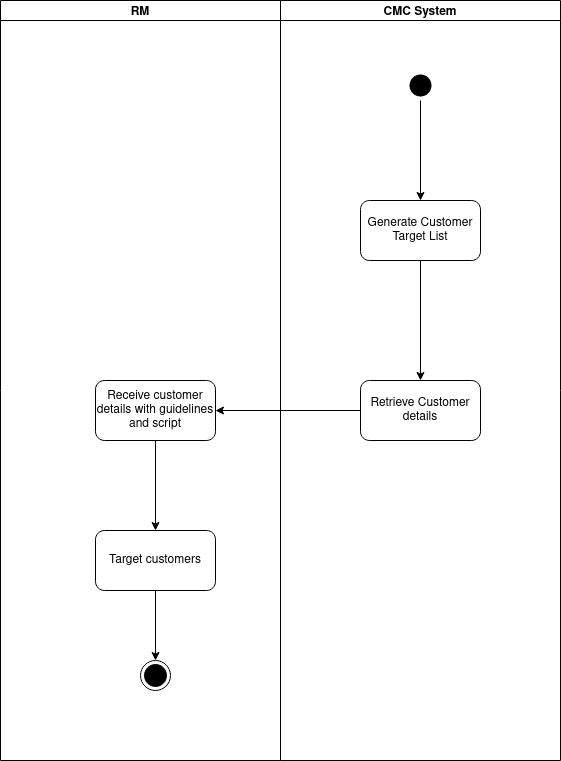
tonyhannaa/ISDMGroup2Israt keeps this draw.io diagram as models/target_customers_activity_diagram.png. Above is the earlier version. Source tidied: cells renumbered, new cells last; positions are measured from the earlier drawing's top-left corner, leaving out a move shared by most shapes.
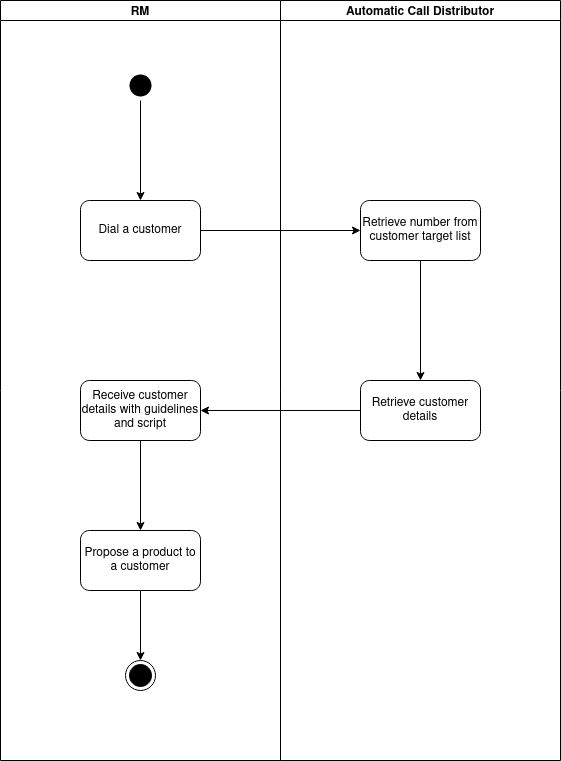
Above is the later version.

Commit message:
Improved activity diagrams with correct naming

What changed in the source:
```diff
@@ -5,41 +5,47 @@
     <mxCell id="2" style="edgeStyle=orthogonalEdgeStyle;rounded=0;jettySize=auto;html=1;" parent="1" edge="1" source="13" target="4">
       <mxGeometry relative="1" as="geometry" />
     </mxCell>
-    <mxCell id="3" style="edgeStyle=orthogonalEdgeStyle;rounded=0;jettySize=auto;html=1;" parent="1" edge="1" source="4" target="8">
-      <mxGeometry relative="1" as="geometry" />
-    </mxCell>
-    <mxCell id="4" value="Receive customer details with guidelines and script" style="rounded=1;whiteSpace=wrap;html=1;" parent="1" vertex="1">
-      <mxGeometry x="95" y="380" width="120" height="60" as="geometry" />
-    </mxCell>
     <mxCell id="5" value="RM" style="swimlane;startSize=20;strokeColor=#000000;" parent="1" vertex="1">
       <mxGeometry width="280" height="760" as="geometry" />
     </mxCell>
     <mxCell id="6" style="ellipse;html=1;shape=endState;fillColor=#000000;strokeColor=#000000;" parent="5" vertex="1">
-      <mxGeometry x="140" y="660" width="30" height="30" as="geometry" />
+      <mxGeometry x="125" y="660" width="30" height="30" as="geometry" />
     </mxCell>
     <mxCell id="7" style="edgeStyle=orthogonalEdgeStyle;rounded=0;jettySize=auto;html=1;" parent="5" edge="1" source="8" target="6">
       <mxGeometry relative="1" as="geometry" />
     </mxCell>
-    <mxCell id="8" value="Target customers" style="rounded=1;whiteSpace=wrap;html=1;" parent="5" vertex="1">
-      <mxGeometry x="95" y="530" width="120" height="60" as="geometry" />
+    <mxCell id="8" value="Propose a product to a customer" style="rounded=1;whiteSpace=wrap;html=1;" parent="5" vertex="1">
+      <mxGeometry x="80" y="530" width="120" height="60" as="geometry" />
     </mxCell>
+    <mxCell id="15" value="Dial a customer" style="rounded=1;whiteSpace=wrap;html=1;" parent="5" vertex="1">
+      <mxGeometry x="80" y="200" width="120" height="60" as="geometry" />
+    </mxCell>
+    <mxCell id="11" style="ellipse;html=1;shape=endState;fillColor=#000000;strokeColor=none;" parent="5" vertex="1">
+      <mxGeometry x="125" y="70" width="30" height="30" as="geometry" />
+    </mxCell>
+    <mxCell id="10" style="edgeStyle=orthogonalEdgeStyle;rounded=0;jettySize=auto;html=1;" parent="5" edge="1" source="11" target="15">
+      <mxGeometry relative="1" as="geometry" />
+    </mxCell>
+    <mxCell id="4" value="Receive customer details with guidelines and script" style="rounded=1;whiteSpace=wrap;html=1;" parent="5" vertex="1">
+      <mxGeometry x="80" y="380" width="120" height="60" as="geometry" />
+    </mxCell>
+    <mxCell id="3" style="edgeStyle=orthogonalEdgeStyle;rounded=0;jettySize=auto;html=1;" parent="5" edge="1" source="4" target="8">
+      <mxGeometry relative="1" as="geometry" />
+    </mxCell>
-    <mxCell id="9" value="CMC System" style="swimlane;startSize=20;strokeColor=#000000;" parent="1" vertex="1">
+    <mxCell id="9" value="Automatic Call Distributor" style="swimlane;startSize=20;strokeColor=#000000;" parent="1" vertex="1">
       <mxGeometry x="280" width="280" height="760" as="geometry" />
     </mxCell>
-    <mxCell id="10" style="edgeStyle=orthogonalEdgeStyle;rounded=0;jettySize=auto;html=1;" parent="9" edge="1" source="11" target="12">
-      <mxGeometry relative="1" as="geometry" />
-    </mxCell>
-    <mxCell id="11" style="ellipse;html=1;shape=endState;fillColor=#000000;strokeColor=none;" parent="9" vertex="1">
-      <mxGeometry x="125" y="70" width="30" height="30" as="geometry" />
-    </mxCell>
-    <mxCell id="12" value="&lt;div&gt;Generate Customer Target List&lt;/div&gt;" style="rounded=1;whiteSpace=wrap;html=1;" parent="9" vertex="1">
+    <mxCell id="12" value="Retrieve number from customer target list" style="rounded=1;whiteSpace=wrap;html=1;" parent="9" vertex="1">
       <mxGeometry x="80" y="200" width="120" height="60" as="geometry" />
     </mxCell>
-    <mxCell id="13" value="Retrieve Customer details" style="rounded=1;whiteSpace=wrap;html=1;" parent="9" vertex="1">
+    <mxCell id="13" value="Retrieve customer details" style="rounded=1;whiteSpace=wrap;html=1;" parent="9" vertex="1">
       <mxGeometry x="80" y="380" width="120" height="60" as="geometry" />
     </mxCell>
     <mxCell id="14" style="edgeStyle=orthogonalEdgeStyle;rounded=0;jettySize=auto;html=1;" parent="9" edge="1" source="12" target="13">
       <mxGeometry relative="1" as="geometry" />
     </mxCell>
+    <mxCell id="16" style="edgeStyle=orthogonalEdgeStyle;rounded=0;jettySize=auto;html=1;" parent="1" edge="1" source="15" target="12">
+      <mxGeometry relative="1" as="geometry" />
+    </mxCell>
   </root>
 </mxGraphModel>
```
